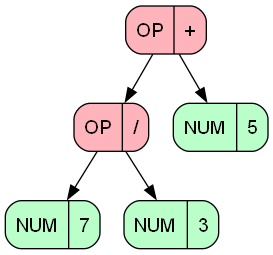
Before: dump.png, a diagram exported from Graphviz (YegorGr/Differentiator). Its source is kept beside it as dump.dot. Its diagram source:
```dot
digraph Tree {
    rankdir=TB;
    node [fontname="Arial"];
    node_00F31470 [shape=Mrecord, style=filled, fillcolor="#FFB3BA", label="OP | +"];
    node_00F319C8 [shape=Mrecord, style=filled, fillcolor="#FFB3BA", label="OP | /"];
    node_00F31988 [shape=Mrecord, style=filled, fillcolor="#BAFFC9", label="NUM | 7"];
    node_00F319C8 -> node_00F31988
    node_00F319A8 [shape=Mrecord, style=filled, fillcolor="#BAFFC9", label="NUM | 3"];
    node_00F319C8 -> node_00F319A8
    node_00F31470 -> node_00F319C8
    node_00F319E8 [shape=Mrecord, style=filled, fillcolor="#BAFFC9", label="NUM | 5"];
    node_00F31470 -> node_00F319E8
}
```
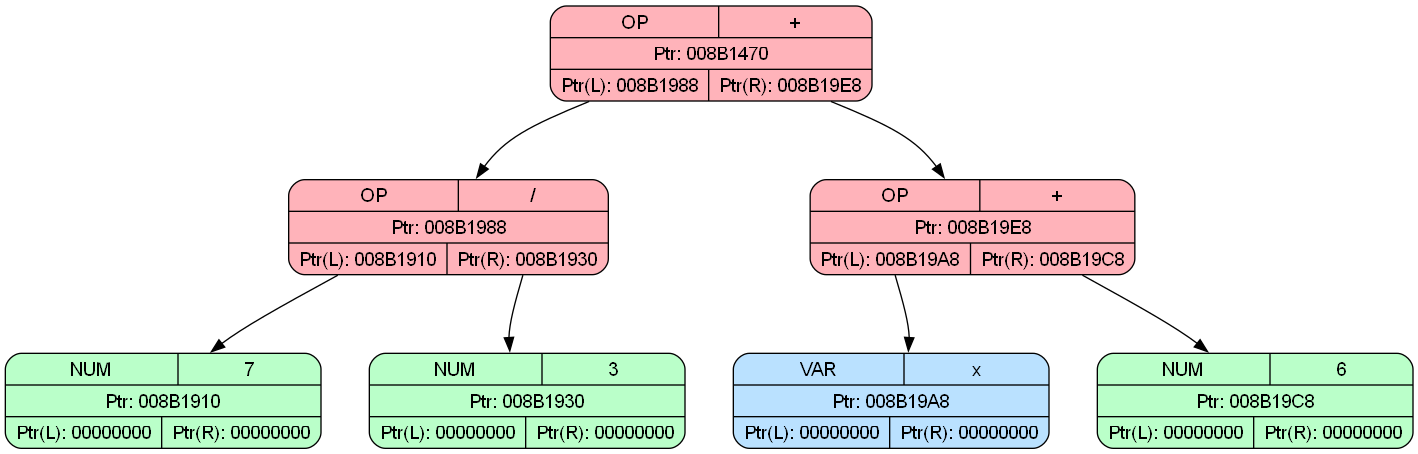
The same file after the commit.

Commit message:
Fix dump diff

What changed in the source:
```diff
@@ -1,13 +1,20 @@
 digraph Tree {
     rankdir=TB;
+    nodesep=0.5;
+    ranksep=0.8;
+    splines=curved;
     node [fontname="Arial"];
-    node_00F31470 [shape=Mrecord, style=filled, fillcolor="#FFB3BA", label="OP | +"];
-    node_00F319C8 [shape=Mrecord, style=filled, fillcolor="#FFB3BA", label="OP | /"];
-    node_00F31988 [shape=Mrecord, style=filled, fillcolor="#BAFFC9", label="NUM | 7"];
-    node_00F319C8 -> node_00F31988
-    node_00F319A8 [shape=Mrecord, style=filled, fillcolor="#BAFFC9", label="NUM | 3"];
-    node_00F319C8 -> node_00F319A8
-    node_00F31470 -> node_00F319C8
-    node_00F319E8 [shape=Mrecord, style=filled, fillcolor="#BAFFC9", label="NUM | 5"];
-    node_00F31470 -> node_00F319E8
+    node_008B1470 [shape=Mrecord, style=filled, fillcolor="#FFB3BA", label="{ { OP | + } | Ptr: 008B1470 | { <left> Ptr(L): 008B1988 | <right> Ptr(R): 008B19E8 } }"];
+    node_008B1988 [shape=Mrecord, style=filled, fillcolor="#FFB3BA", label="{ { OP | / } | Ptr: 008B1988 | { <left> Ptr(L): 008B1910 | <right> Ptr(R): 008B1930 } }"];
+    node_008B1910 [shape=Mrecord, style=filled, fillcolor="#BAFFC9", label="{ { NUM | 7 } | Ptr: 008B1910 | { <left> Ptr(L): 00000000 | <right> Ptr(R): 00000000 } }"];
+    node_008B1988:left -> node_008B1910
+    node_008B1930 [shape=Mrecord, style=filled, fillcolor="#BAFFC9", label="{ { NUM | 3 } | Ptr: 008B1930 | { <left> Ptr(L): 00000000 | <right> Ptr(R): 00000000 } }"];
+    node_008B1988:right -> node_008B1930
+    node_008B1470:left -> node_008B1988
+    node_008B19E8 [shape=Mrecord, style=filled, fillcolor="#FFB3BA", label="{ { OP | + } | Ptr: 008B19E8 | { <left> Ptr(L): 008B19A8 | <right> Ptr(R): 008B19C8 } }"];
+    node_008B19A8 [shape=Mrecord, style=filled, fillcolor="#BAE1FF", label="{ { VAR | x } | Ptr: 008B19A8 | { <left> Ptr(L): 00000000 | <right> Ptr(R): 00000000 } }"];
+    node_008B19E8:left -> node_008B19A8
+    node_008B19C8 [shape=Mrecord, style=filled, fillcolor="#BAFFC9", label="{ { NUM | 6 } | Ptr: 008B19C8 | { <left> Ptr(L): 00000000 | <right> Ptr(R): 00000000 } }"];
+    node_008B19E8:right -> node_008B19C8
+    node_008B1470:right -> node_008B19E8
 }
```
